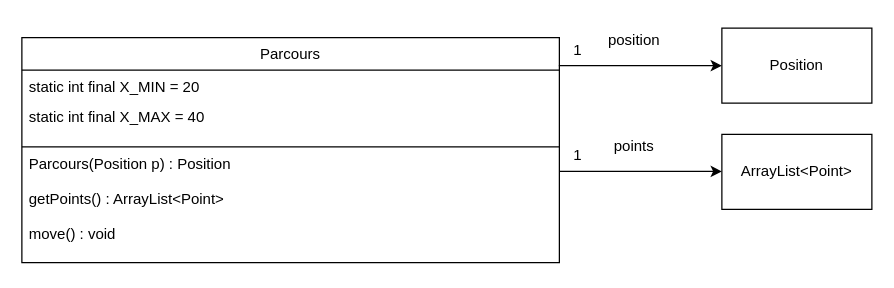
This is ressources/Parcours.drawio from SushiAtomiqueUPS/PCII_ProjetTutore, a draw.io file, before an edit. Source tidied: cells renumbered, new cells numbered last; positions are measured from the earlier drawing's top-left corner, leaving out a move shared by most shapes. Both pictures are drawn from the tidied source at 125%, with x=0, y=0 at pixel (21, 21).
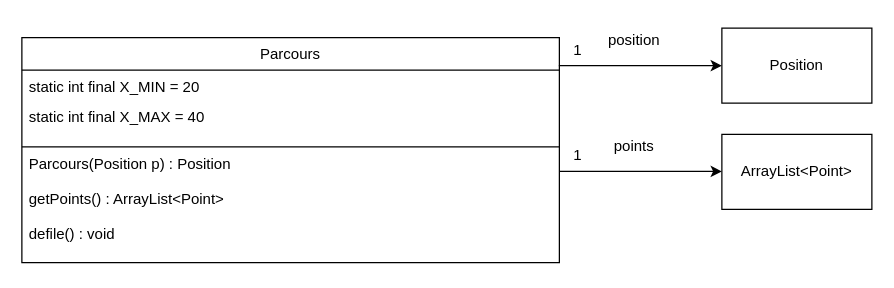
After the change.

What changed in the source:
```diff
@@
 <mxGraphModel>
   <root>
     <mxCell id="0" />
     <mxCell id="1" parent="0" />
     <mxCell id="2" value="Parcours" style="swimlane;fontStyle=0;align=center;verticalAlign=top;horizontal=1;startSize=26;rounded=0;shadow=0;strokeWidth=1;" parent="1" vertex="1">
       <mxGeometry y="12.5" width="430" height="180" as="geometry" />
     </mxCell>
     <mxCell id="3" value="static int final X_MIN = 20" style="text;align=left;verticalAlign=top;spacingLeft=4;spacingRight=4;overflow=hidden;" parent="2" vertex="1">
       <mxGeometry y="26" width="430" height="24" as="geometry" />
     </mxCell>
     <mxCell id="4" value="static int final X_MAX = 40" style="text;align=left;verticalAlign=top;spacingLeft=4;spacingRight=4;overflow=hidden;" parent="2" vertex="1">
       <mxGeometry y="50" width="430" height="24" as="geometry" />
     </mxCell>
     <mxCell id="5" style="endArrow=none;html=1;rounded=0;exitX=0;exitY=0.5;exitDx=0;exitDy=0;" parent="2" edge="1">
       <mxGeometry relative="1" as="geometry">
         <mxPoint y="87.5" as="sourcePoint" />
         <mxPoint x="430" y="87.5" as="targetPoint" />
       </mxGeometry>
     </mxCell>
-    <mxCell id="6" value="&#10;Parcours(Position p) : Position&#10;&#10;getPoints() : ArrayList&lt;Point&gt;&#10;&#10;move() : void&#10;" style="text;align=left;verticalAlign=top;spacingLeft=4;spacingRight=4;overflow=hidden;" parent="2" vertex="1">
+    <mxCell id="6" value="&#10;Parcours(Position p) : Position&#10;&#10;getPoints() : ArrayList&lt;Point&gt;&#10;&#10;defile() : void&#10;" style="text;align=left;verticalAlign=top;spacingLeft=4;spacingRight=4;overflow=hidden;" parent="2" vertex="1">
       <mxGeometry y="74" width="430" height="106" as="geometry" />
     </mxCell>
     <mxCell id="7" value="Position" style="rounded=0;whiteSpace=wrap;html=1;" parent="1" vertex="1">
       <mxGeometry x="560" y="5" width="120" height="60" as="geometry" />
     </mxCell>
     <mxCell id="8" style="edgeStyle=orthogonalEdgeStyle;rounded=0;jettySize=auto;html=1;exitX=0.999;exitY=0.125;exitDx=0;exitDy=0;exitPerimeter=0;entryX=0;entryY=0.5;entryDx=0;entryDy=0;" parent="1" edge="1" source="2" target="7">
       <mxGeometry relative="1" as="geometry" />
     </mxCell>
     <mxCell id="9" value="position" style="text;html=1;strokeColor=none;fillColor=none;align=center;verticalAlign=middle;whiteSpace=wrap;rounded=0;" parent="1" vertex="1">
       <mxGeometry x="460" width="60" height="30" as="geometry" />
     </mxCell>
     <mxCell id="10" value="1" style="text;html=1;strokeColor=none;fillColor=none;align=center;verticalAlign=middle;whiteSpace=wrap;rounded=0;" parent="1" vertex="1">
       <mxGeometry x="430" y="15" width="30" height="15" as="geometry" />
     </mxCell>
     <mxCell id="11" style="edgeStyle=orthogonalEdgeStyle;rounded=0;orthogonalLoop=1;jettySize=auto;html=1;exitX=0.25;exitY=0;exitDx=0;exitDy=0;entryX=0.75;entryY=1;entryDx=0;entryDy=0;" parent="1" edge="1">
       <mxGeometry relative="1" as="geometry">
         <mxPoint x="570" y="207.5" as="targetPoint" />
       </mxGeometry>
     </mxCell>
     <mxCell id="12" value="ArrayList&amp;lt;Point&amp;gt;" style="rounded=0;whiteSpace=wrap;html=1;" parent="1" vertex="1">
       <mxGeometry x="560" y="90" width="120" height="60" as="geometry" />
     </mxCell>
     <mxCell id="13" style="edgeStyle=orthogonalEdgeStyle;rounded=0;orthogonalLoop=1;jettySize=auto;html=1;exitX=0.999;exitY=0.125;exitDx=0;exitDy=0;exitPerimeter=0;entryX=0;entryY=0.5;entryDx=0;entryDy=0;" parent="1" edge="1">
       <mxGeometry relative="1" as="geometry">
         <mxPoint x="430" y="119.6" as="sourcePoint" />
         <mxPoint x="560" y="119.6" as="targetPoint" />
       </mxGeometry>
     </mxCell>
     <mxCell id="14" value="points" style="text;html=1;strokeColor=none;fillColor=none;align=center;verticalAlign=middle;whiteSpace=wrap;rounded=0;" parent="1" vertex="1">
       <mxGeometry x="460" y="84.6" width="60" height="30" as="geometry" />
     </mxCell>
     <mxCell id="15" value="1" style="text;html=1;strokeColor=none;fillColor=none;align=center;verticalAlign=middle;whiteSpace=wrap;rounded=0;" parent="1" vertex="1">
       <mxGeometry x="430" y="99.6" width="30" height="15" as="geometry" />
     </mxCell>
   </root>
 </mxGraphModel>
```
